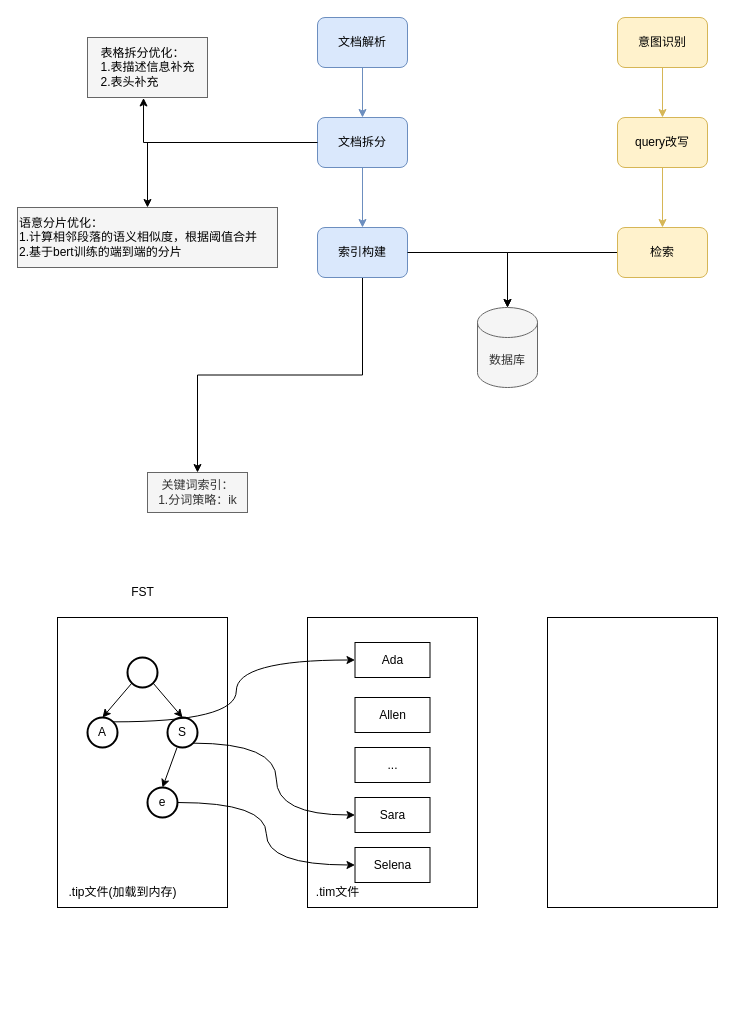
lovercode/drawio keeps this draw.io diagram as page "RAG" (3 of 3) of storage.drawio. Above is the earlier version. Source tidied: cells renumbered, new cells numbered last; positions are measured from the earlier drawing's top-left corner, leaving out a move shared by most shapes. Both pictures are drawn from the tidied source at 100%, with x=0, y=0 at pixel (17, 17).
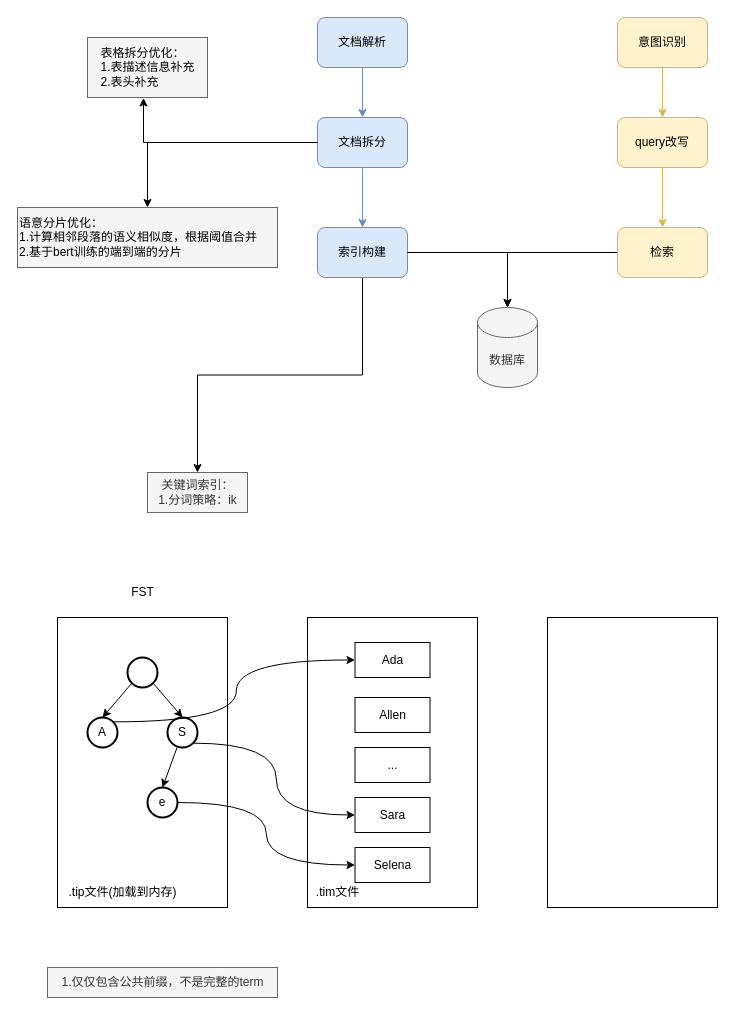
The same diagram, later.

Diff of the diagram source:
```diff
@@
+    <mxCell id="42" value="1.仅仅包含公共前缀，不是完整的term" style="text;html=1;align=center;verticalAlign=middle;strokeColor=#666666;fillColor=#f5f5f5;fontColor=#333333;" parent="1" vertex="1">
+      <mxGeometry x="30" y="950" width="230" height="30" as="geometry" />
+    </mxCell>
```
